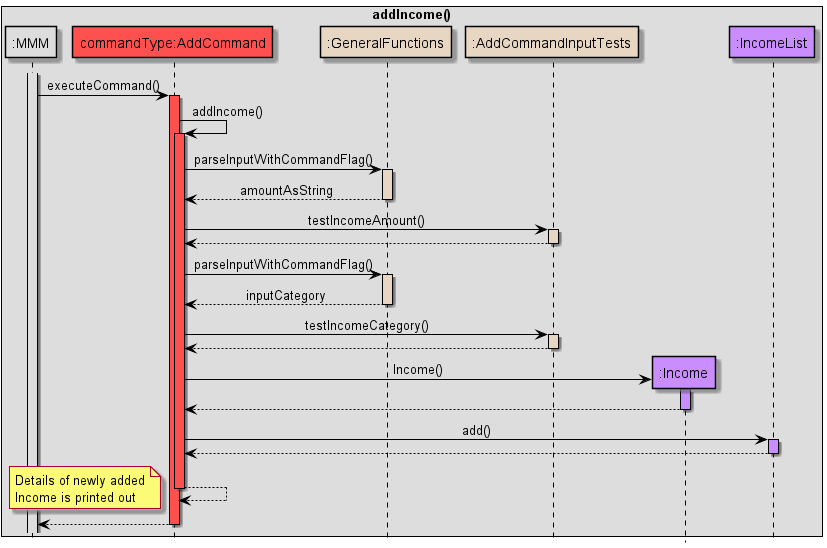
Earlier version of the PlantUML export docs/images/AddIncomeSequenceDiagram.png (nus-cs2113-AY2122S2/tp).
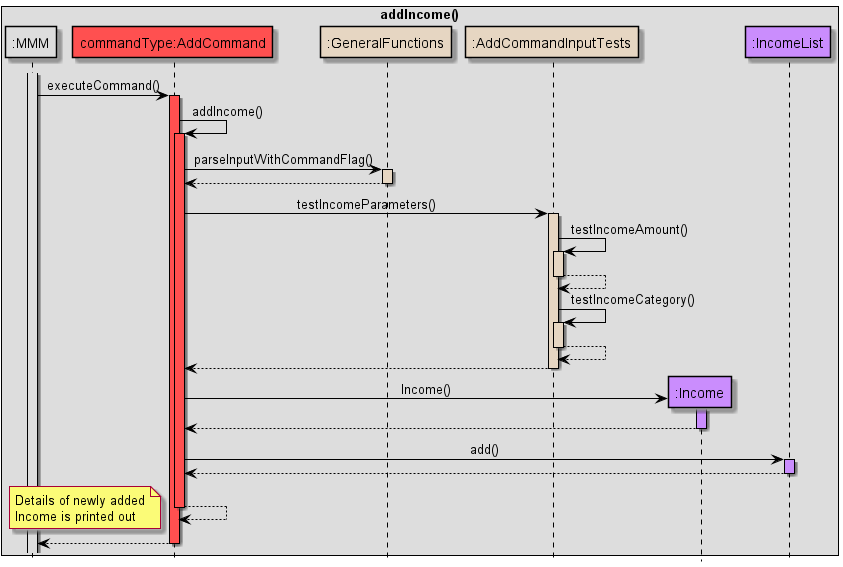
Above is the later version.

Commit message:
Update add credit card and add income sequence diagrams

What changed in the source:
```diff
@@ -29,23 +29,25 @@
 
 C -> GF: parseInputWithCommandFlag()
 activate GF HELPER_COLOUR
-GF --> C: amountAsString
+GF --> C
 deactivate GF
 
-C -> IT: testIncomeAmount()
+C -> IT: testIncomeParameters()
 activate IT HELPER_COLOUR
+
+IT -> IT: testIncomeAmount()
+activate IT HELPER_COLOUR
+IT --> IT
+deactivate IT HELPER_COLOUR
+
+IT -> IT: testIncomeCategory()
+activate IT HELPER_COLOUR
+IT --> IT
+deactivate IT HELPER_COLOUR
+
 IT --> C
 deactivate IT
 
-C -> GF: parseInputWithCommandFlag()
-activate GF HELPER_COLOUR
-GF --> C: inputCategory
-deactivate GF
-
-C -> IT: testIncomeCategory()
-activate IT HELPER_COLOUR
-IT --> C
-deactivate IT
 
 create I
 C -> I: Income()
```
